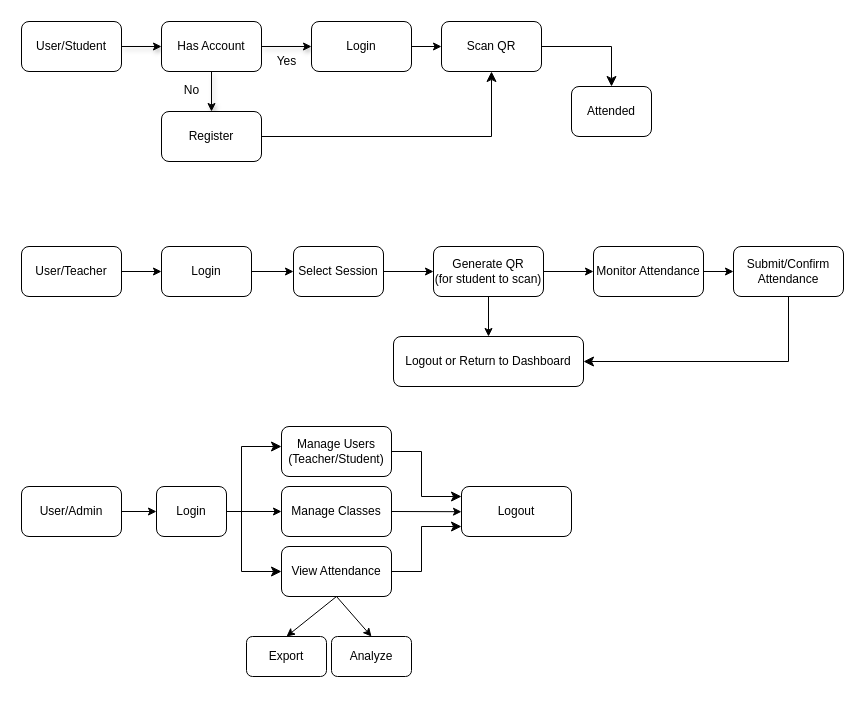
Above: Structure.drawio in MHJaafar9869/Attendly (draw.io), before the change. Source tidied: cells renumbered, new cells numbered last; positions are measured from the earlier drawing's top-left corner, leaving out a move shared by most shapes. Both pictures are drawn from the tidied source at 100%, with x=0, y=0 at pixel (21, 21).
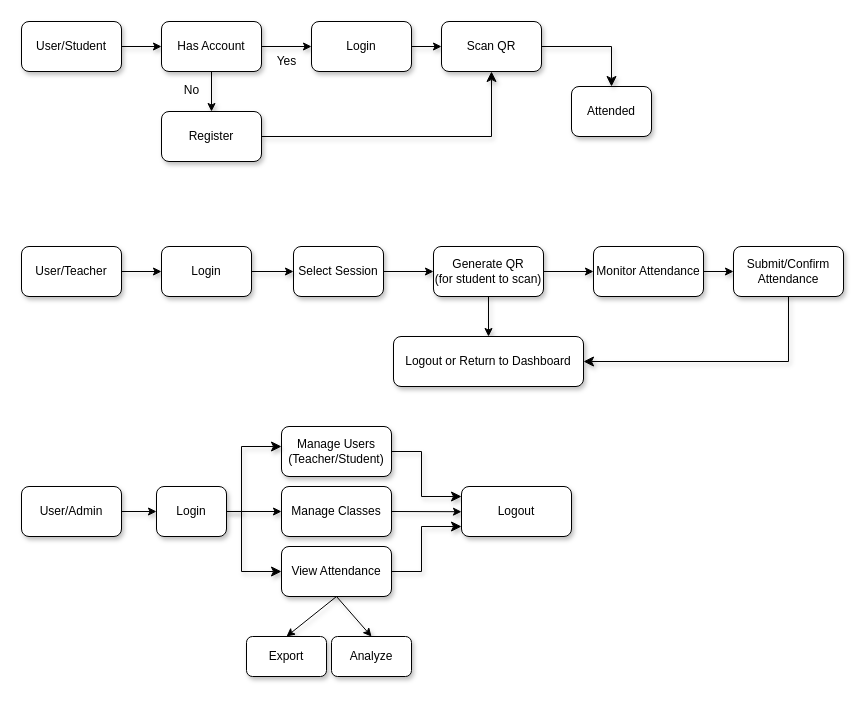
The same diagram, later.

Change to the diagram source:
```diff
@@
-    <mxCell id="7" style="edgeStyle=none;html=1;exitX=1;exitY=0.5;exitDx=0;exitDy=0;entryX=0;entryY=0.5;entryDx=0;entryDy=0;fontFamily=Helvetica;fontColor=#000000;" parent="1" edge="1" source="8" target="10">
+    <mxCell id="7" style="edgeStyle=none;html=1;exitX=1;exitY=0.5;exitDx=0;exitDy=0;entryX=0;entryY=0.5;entryDx=0;entryDy=0;fontFamily=Helvetica;fontColor=#000000;shadow=1;" parent="1" edge="1" source="8" target="10">
       <mxGeometry relative="1" as="geometry" />
     </mxCell>
-    <mxCell id="8" value="&lt;span style=&quot;&quot;&gt;Login&lt;/span&gt;" style="rounded=1;whiteSpace=wrap;html=1;fontFamily=Helvetica;fontColor=#000000;" parent="1" vertex="1">
+    <mxCell id="8" value="&lt;span style=&quot;&quot;&gt;Login&lt;/span&gt;" style="rounded=1;whiteSpace=wrap;html=1;fontFamily=Helvetica;fontColor=#000000;shadow=1;" parent="1" vertex="1">
       <mxGeometry x="290" width="100" height="50" as="geometry" />
     </mxCell>
-    <mxCell id="9" value="Register" style="rounded=1;whiteSpace=wrap;html=1;fontFamily=Helvetica;fontColor=#000000;" parent="1" vertex="1">
+    <mxCell id="9" value="Register" style="rounded=1;whiteSpace=wrap;html=1;fontFamily=Helvetica;fontColor=#000000;shadow=1;" parent="1" vertex="1">
       <mxGeometry x="140" y="90" width="100" height="50" as="geometry" />
     </mxCell>
-    <mxCell id="10" value="&lt;span style=&quot;&quot;&gt;Scan QR&lt;/span&gt;" style="rounded=1;whiteSpace=wrap;html=1;fontFamily=Helvetica;fontColor=#000000;" parent="1" vertex="1">
+    <mxCell id="10" value="&lt;span style=&quot;&quot;&gt;Scan QR&lt;/span&gt;" style="rounded=1;whiteSpace=wrap;html=1;fontFamily=Helvetica;fontColor=#000000;shadow=1;" parent="1" vertex="1">
       <mxGeometry x="420" width="100" height="50" as="geometry" />
     </mxCell>
-    <mxCell id="11" style="edgeStyle=segmentEdgeStyle;endArrow=classic;html=1;curved=0;rounded=0;endSize=8;startSize=8;exitX=1;exitY=0.5;exitDx=0;exitDy=0;entryX=0.5;entryY=1;entryDx=0;entryDy=0;fontFamily=Helvetica;fontColor=#000000;" parent="1" edge="1" source="9" target="10">
+    <mxCell id="11" style="edgeStyle=segmentEdgeStyle;endArrow=classic;html=1;curved=0;rounded=0;endSize=8;startSize=8;exitX=1;exitY=0.5;exitDx=0;exitDy=0;entryX=0.5;entryY=1;entryDx=0;entryDy=0;fontFamily=Helvetica;fontColor=#000000;shadow=1;" parent="1" edge="1" source="9" target="10">
       <mxGeometry relative="1" as="geometry" />
     </mxCell>
-    <mxCell id="12" value="Attended" style="rounded=1;whiteSpace=wrap;html=1;fontFamily=Helvetica;fontColor=#000000;" parent="1" vertex="1">
+    <mxCell id="12" value="Attended" style="rounded=1;whiteSpace=wrap;html=1;fontFamily=Helvetica;fontColor=#000000;shadow=1;" parent="1" vertex="1">
       <mxGeometry x="550" y="65" width="80" height="50" as="geometry" />
     </mxCell>
-    <mxCell id="13" style="edgeStyle=segmentEdgeStyle;endArrow=classic;html=1;curved=0;rounded=0;endSize=8;startSize=8;exitX=1;exitY=0.5;exitDx=0;exitDy=0;entryX=0.5;entryY=0;entryDx=0;entryDy=0;fontFamily=Helvetica;fontColor=#000000;" parent="1" edge="1" source="10" target="12">
+    <mxCell id="13" style="edgeStyle=segmentEdgeStyle;endArrow=classic;html=1;curved=0;rounded=0;endSize=8;startSize=8;exitX=1;exitY=0.5;exitDx=0;exitDy=0;entryX=0.5;entryY=0;entryDx=0;entryDy=0;fontFamily=Helvetica;fontColor=#000000;shadow=1;" parent="1" edge="1" source="10" target="12">
       <mxGeometry relative="1" as="geometry" />
     </mxCell>
-    <mxCell id="14" style="edgeStyle=none;html=1;exitX=1;exitY=0.5;exitDx=0;exitDy=0;entryX=0;entryY=0.5;entryDx=0;entryDy=0;fontFamily=Helvetica;fontColor=#000000;" parent="1" edge="1" source="15" target="46">
+    <mxCell id="14" style="edgeStyle=none;html=1;exitX=1;exitY=0.5;exitDx=0;exitDy=0;entryX=0;entryY=0.5;entryDx=0;entryDy=0;fontFamily=Helvetica;fontColor=#000000;shadow=1;" parent="1" edge="1" source="15" target="46">
       <mxGeometry relative="1" as="geometry" />
     </mxCell>
-    <mxCell id="15" value="&lt;span style=&quot;&quot;&gt;User/Teacher&lt;/span&gt;" style="rounded=1;whiteSpace=wrap;html=1;fontFamily=Helvetica;fontColor=#000000;" parent="1" vertex="1">
+    <mxCell id="15" value="&lt;span style=&quot;&quot;&gt;User/Teacher&lt;/span&gt;" style="rounded=1;whiteSpace=wrap;html=1;fontFamily=Helvetica;fontColor=#000000;shadow=1;" parent="1" vertex="1">
       <mxGeometry y="225" width="100" height="50" as="geometry" />
     </mxCell>
-    <mxCell id="16" style="edgeStyle=none;html=1;exitX=0.5;exitY=1;exitDx=0;exitDy=0;entryX=0.5;entryY=0;entryDx=0;entryDy=0;fontFamily=Helvetica;fontColor=#000000;" parent="1" edge="1" source="18" target="21">
+    <mxCell id="16" style="edgeStyle=none;html=1;exitX=0.5;exitY=1;exitDx=0;exitDy=0;entryX=0.5;entryY=0;entryDx=0;entryDy=0;fontFamily=Helvetica;fontColor=#000000;shadow=1;" parent="1" edge="1" source="18" target="21">
       <mxGeometry relative="1" as="geometry" />
     </mxCell>
-    <mxCell id="17" style="edgeStyle=none;html=1;exitX=1;exitY=0.5;exitDx=0;exitDy=0;entryX=0;entryY=0.5;entryDx=0;entryDy=0;fontFamily=Helvetica;fontColor=#000000;" parent="1" edge="1" source="18" target="20">
+    <mxCell id="17" style="edgeStyle=none;html=1;exitX=1;exitY=0.5;exitDx=0;exitDy=0;entryX=0;entryY=0.5;entryDx=0;entryDy=0;fontFamily=Helvetica;fontColor=#000000;shadow=1;" parent="1" edge="1" source="18" target="20">
       <mxGeometry relative="1" as="geometry" />
     </mxCell>
-    <mxCell id="18" value="Generate QR&lt;div&gt;(for student to scan)&lt;/div&gt;" style="rounded=1;whiteSpace=wrap;html=1;fontFamily=Helvetica;fontColor=#000000;" parent="1" vertex="1">
+    <mxCell id="18" value="Generate QR&lt;div&gt;(for student to scan)&lt;/div&gt;" style="rounded=1;whiteSpace=wrap;html=1;fontFamily=Helvetica;fontColor=#000000;shadow=1;" parent="1" vertex="1">
       <mxGeometry x="412" y="225" width="110" height="50" as="geometry" />
     </mxCell>
-    <mxCell id="19" style="edgeStyle=none;html=1;exitX=1;exitY=0.5;exitDx=0;exitDy=0;entryX=0;entryY=0.5;entryDx=0;entryDy=0;" parent="1" edge="1" source="20" target="24">
+    <mxCell id="19" style="edgeStyle=none;html=1;exitX=1;exitY=0.5;exitDx=0;exitDy=0;entryX=0;entryY=0.5;entryDx=0;entryDy=0;shadow=1;" parent="1" edge="1" source="20" target="24">
       <mxGeometry relative="1" as="geometry" />
     </mxCell>
-    <mxCell id="20" value="Monitor Attendance" style="rounded=1;whiteSpace=wrap;html=1;fontFamily=Helvetica;fontColor=#000000;" parent="1" vertex="1">
+    <mxCell id="20" value="Monitor Attendance" style="rounded=1;whiteSpace=wrap;html=1;fontFamily=Helvetica;fontColor=#000000;shadow=1;" parent="1" vertex="1">
       <mxGeometry x="572" y="225" width="110" height="50" as="geometry" />
     </mxCell>
-    <mxCell id="21" value="Logout or Return to Dashboard" style="rounded=1;whiteSpace=wrap;html=1;fontFamily=Helvetica;fontColor=#000000;" parent="1" vertex="1">
+    <mxCell id="21" value="Logout or Return to Dashboard" style="rounded=1;whiteSpace=wrap;html=1;fontFamily=Helvetica;fontColor=#000000;shadow=1;" parent="1" vertex="1">
       <mxGeometry x="372" y="315" width="190" height="50" as="geometry" />
     </mxCell>
-    <mxCell id="22" style="edgeStyle=none;html=1;exitX=1;exitY=0.5;exitDx=0;exitDy=0;entryX=0;entryY=0.5;entryDx=0;entryDy=0;fontFamily=Helvetica;fontColor=#000000;" parent="1" edge="1" source="23" target="18">
+    <mxCell id="22" style="edgeStyle=none;html=1;exitX=1;exitY=0.5;exitDx=0;exitDy=0;entryX=0;entryY=0.5;entryDx=0;entryDy=0;fontFamily=Helvetica;fontColor=#000000;shadow=1;" parent="1" edge="1" source="23" target="18">
       <mxGeometry relative="1" as="geometry" />
     </mxCell>
-    <mxCell id="23" value="Select Session" style="rounded=1;whiteSpace=wrap;html=1;fontFamily=Helvetica;fontColor=#000000;" parent="1" vertex="1">
+    <mxCell id="23" value="Select Session" style="rounded=1;whiteSpace=wrap;html=1;fontFamily=Helvetica;fontColor=#000000;shadow=1;" parent="1" vertex="1">
       <mxGeometry x="272" y="225" width="90" height="50" as="geometry" />
     </mxCell>
-    <mxCell id="24" value="Submit/Confirm Attendance" style="rounded=1;whiteSpace=wrap;html=1;fontFamily=Helvetica;fontColor=#000000;" parent="1" vertex="1">
+    <mxCell id="24" value="Submit/Confirm Attendance" style="rounded=1;whiteSpace=wrap;html=1;fontFamily=Helvetica;fontColor=#000000;shadow=1;" parent="1" vertex="1">
       <mxGeometry x="712" y="225" width="110" height="50" as="geometry" />
     </mxCell>
-    <mxCell id="25" style="edgeStyle=segmentEdgeStyle;endArrow=classic;html=1;curved=0;rounded=0;endSize=8;startSize=8;exitX=0.5;exitY=1;exitDx=0;exitDy=0;entryX=1;entryY=0.5;entryDx=0;entryDy=0;" parent="1" edge="1" source="24" target="21">
+    <mxCell id="25" style="edgeStyle=segmentEdgeStyle;endArrow=classic;html=1;curved=0;rounded=0;endSize=8;startSize=8;exitX=0.5;exitY=1;exitDx=0;exitDy=0;entryX=1;entryY=0.5;entryDx=0;entryDy=0;shadow=1;" parent="1" edge="1" source="24" target="21">
       <mxGeometry relative="1" as="geometry">
         <Array as="points">
           <mxPoint x="767" y="340" />
         </Array>
       </mxGeometry>
     </mxCell>
-    <mxCell id="26" value="Has Account" style="rounded=1;whiteSpace=wrap;html=1;fontFamily=Helvetica;fontColor=#000000;" parent="1" vertex="1">
+    <mxCell id="26" value="Has Account" style="rounded=1;whiteSpace=wrap;html=1;fontFamily=Helvetica;fontColor=#000000;shadow=1;" parent="1" vertex="1">
       <mxGeometry x="140" width="100" height="50" as="geometry" />
     </mxCell>
-    <mxCell id="27" value="User/Student" style="rounded=1;whiteSpace=wrap;html=1;fontFamily=Helvetica;fontColor=#000000;" parent="1" vertex="1">
+    <mxCell id="27" value="User/Student" style="rounded=1;whiteSpace=wrap;html=1;fontFamily=Helvetica;fontColor=#000000;shadow=1;" parent="1" vertex="1">
       <mxGeometry width="100" height="50" as="geometry" />
     </mxCell>
-    <mxCell id="28" style="edgeStyle=none;html=1;exitX=1;exitY=0.5;exitDx=0;exitDy=0;entryX=0;entryY=0.5;entryDx=0;entryDy=0;" parent="1" edge="1" source="29" target="31">
+    <mxCell id="28" style="edgeStyle=none;html=1;exitX=1;exitY=0.5;exitDx=0;exitDy=0;entryX=0;entryY=0.5;entryDx=0;entryDy=0;shadow=1;" parent="1" edge="1" source="29" target="31">
       <mxGeometry relative="1" as="geometry" />
     </mxCell>
-    <mxCell id="29" value="User/Admin" style="rounded=1;whiteSpace=wrap;html=1;fontFamily=Helvetica;fontColor=#000000;" parent="1" vertex="1">
+    <mxCell id="29" value="User/Admin" style="rounded=1;whiteSpace=wrap;html=1;fontFamily=Helvetica;fontColor=#000000;shadow=1;" parent="1" vertex="1">
       <mxGeometry y="465" width="100" height="50" as="geometry" />
     </mxCell>
-    <mxCell id="30" style="edgeStyle=none;html=1;exitX=1;exitY=0.5;exitDx=0;exitDy=0;entryX=0;entryY=0.5;entryDx=0;entryDy=0;" parent="1" edge="1" source="31" target="34">
+    <mxCell id="30" style="edgeStyle=none;html=1;exitX=1;exitY=0.5;exitDx=0;exitDy=0;entryX=0;entryY=0.5;entryDx=0;entryDy=0;shadow=1;" parent="1" edge="1" source="31" target="34">
       <mxGeometry relative="1" as="geometry" />
     </mxCell>
-    <mxCell id="31" value="Login" style="rounded=1;whiteSpace=wrap;html=1;fontFamily=Helvetica;fontColor=#000000;" parent="1" vertex="1">
+    <mxCell id="31" value="Login" style="rounded=1;whiteSpace=wrap;html=1;fontFamily=Helvetica;fontColor=#000000;shadow=1;" parent="1" vertex="1">
       <mxGeometry x="135" y="465" width="70" height="50" as="geometry" />
     </mxCell>
-    <mxCell id="32" value="Manage Users&lt;div&gt;(Teacher/Student)&lt;/div&gt;" style="rounded=1;whiteSpace=wrap;html=1;fontFamily=Helvetica;fontColor=#000000;" parent="1" vertex="1">
+    <mxCell id="32" value="Manage Users&lt;div&gt;(Teacher/Student)&lt;/div&gt;" style="rounded=1;whiteSpace=wrap;html=1;fontFamily=Helvetica;fontColor=#000000;shadow=1;" parent="1" vertex="1">
       <mxGeometry x="260" y="405" width="110" height="50" as="geometry" />
     </mxCell>
-    <mxCell id="33" style="edgeStyle=none;html=1;exitX=1;exitY=0.5;exitDx=0;exitDy=0;" parent="1" edge="1" source="34">
+    <mxCell id="33" style="edgeStyle=none;html=1;exitX=1;exitY=0.5;exitDx=0;exitDy=0;shadow=1;" parent="1" edge="1" source="34">
       <mxGeometry relative="1" as="geometry">
         <mxPoint x="440" y="490.2" as="targetPoint" />
       </mxGeometry>
     </mxCell>
-    <mxCell id="34" value="Manage Classes" style="rounded=1;whiteSpace=wrap;html=1;fontFamily=Helvetica;fontColor=#000000;" parent="1" vertex="1">
+    <mxCell id="34" value="Manage Classes" style="rounded=1;whiteSpace=wrap;html=1;fontFamily=Helvetica;fontColor=#000000;shadow=1;" parent="1" vertex="1">
       <mxGeometry x="260" y="465" width="110" height="50" as="geometry" />
     </mxCell>
-    <mxCell id="35" style="edgeStyle=segmentEdgeStyle;endArrow=classic;html=1;curved=0;rounded=0;endSize=8;startSize=8;exitX=1;exitY=0.5;exitDx=0;exitDy=0;entryX=0;entryY=0.4;entryDx=0;entryDy=0;entryPerimeter=0;" parent="1" edge="1" source="31" target="32">
+    <mxCell id="35" style="edgeStyle=segmentEdgeStyle;endArrow=classic;html=1;curved=0;rounded=0;endSize=8;startSize=8;exitX=1;exitY=0.5;exitDx=0;exitDy=0;entryX=0;entryY=0.4;entryDx=0;entryDy=0;entryPerimeter=0;shadow=1;" parent="1" edge="1" source="31" target="32">
       <mxGeometry relative="1" as="geometry">
         <Array as="points">
           <mxPoint x="220" y="490" />
           <mxPoint x="220" y="425" />
         </Array>
       </mxGeometry>
     </mxCell>
-    <mxCell id="36" style="edgeStyle=segmentEdgeStyle;endArrow=classic;html=1;curved=0;rounded=0;endSize=8;startSize=8;exitX=1;exitY=0.5;exitDx=0;exitDy=0;entryX=0;entryY=0.5;entryDx=0;entryDy=0;" parent="1" edge="1" source="31" target="39">
+    <mxCell id="36" style="edgeStyle=segmentEdgeStyle;endArrow=classic;html=1;curved=0;rounded=0;endSize=8;startSize=8;exitX=1;exitY=0.5;exitDx=0;exitDy=0;entryX=0;entryY=0.5;entryDx=0;entryDy=0;shadow=1;" parent="1" edge="1" source="31" target="39">
       <mxGeometry relative="1" as="geometry">
         <Array as="points">
           <mxPoint x="220" y="490" />
           <mxPoint x="220" y="550" />
         </Array>
       </mxGeometry>
     </mxCell>
-    <mxCell id="37" style="edgeStyle=none;html=1;exitX=0.5;exitY=1;exitDx=0;exitDy=0;entryX=0.5;entryY=0;entryDx=0;entryDy=0;" parent="1" edge="1" source="39" target="40">
+    <mxCell id="37" style="edgeStyle=none;html=1;exitX=0.5;exitY=1;exitDx=0;exitDy=0;entryX=0.5;entryY=0;entryDx=0;entryDy=0;shadow=1;" parent="1" edge="1" source="39" target="40">
       <mxGeometry relative="1" as="geometry" />
     </mxCell>
-    <mxCell id="38" style="edgeStyle=none;html=1;exitX=0.5;exitY=1;exitDx=0;exitDy=0;entryX=0.5;entryY=0;entryDx=0;entryDy=0;" parent="1" edge="1" source="39" target="41">
+    <mxCell id="38" style="edgeStyle=none;html=1;exitX=0.5;exitY=1;exitDx=0;exitDy=0;entryX=0.5;entryY=0;entryDx=0;entryDy=0;shadow=1;" parent="1" edge="1" source="39" target="41">
       <mxGeometry relative="1" as="geometry" />
     </mxCell>
-    <mxCell id="39" value="View Attendance" style="rounded=1;whiteSpace=wrap;html=1;" parent="1" vertex="1">
+    <mxCell id="39" value="View Attendance" style="rounded=1;whiteSpace=wrap;html=1;shadow=1;" parent="1" vertex="1">
       <mxGeometry x="260" y="525" width="110" height="50" as="geometry" />
     </mxCell>
-    <mxCell id="40" value="Export" style="rounded=1;whiteSpace=wrap;html=1;" parent="1" vertex="1">
+    <mxCell id="40" value="Export" style="rounded=1;whiteSpace=wrap;html=1;shadow=1;" parent="1" vertex="1">
       <mxGeometry x="225" y="615" width="80" height="40" as="geometry" />
     </mxCell>
-    <mxCell id="41" value="Analyze" style="rounded=1;whiteSpace=wrap;html=1;" parent="1" vertex="1">
+    <mxCell id="41" value="Analyze" style="rounded=1;whiteSpace=wrap;html=1;shadow=1;" parent="1" vertex="1">
       <mxGeometry x="310" y="615" width="80" height="40" as="geometry" />
     </mxCell>
-    <mxCell id="42" style="edgeStyle=segmentEdgeStyle;endArrow=classic;html=1;curved=0;rounded=0;endSize=8;startSize=8;exitX=1;exitY=0.5;exitDx=0;exitDy=0;" parent="1" edge="1" source="32">
+    <mxCell id="42" style="edgeStyle=segmentEdgeStyle;endArrow=classic;html=1;curved=0;rounded=0;endSize=8;startSize=8;exitX=1;exitY=0.5;exitDx=0;exitDy=0;shadow=1;" parent="1" edge="1" source="32">
       <mxGeometry relative="1" as="geometry">
         <mxPoint x="440" y="475" as="targetPoint" />
         <Array as="points">
           <mxPoint x="400" y="430" />
           <mxPoint x="400" y="475" />
         </Array>
       </mxGeometry>
     </mxCell>
-    <mxCell id="43" style="edgeStyle=segmentEdgeStyle;endArrow=classic;html=1;curved=0;rounded=0;endSize=8;startSize=8;exitX=1;exitY=0.5;exitDx=0;exitDy=0;" parent="1" edge="1" source="39">
+    <mxCell id="43" style="edgeStyle=segmentEdgeStyle;endArrow=classic;html=1;curved=0;rounded=0;endSize=8;startSize=8;exitX=1;exitY=0.5;exitDx=0;exitDy=0;shadow=1;" parent="1" edge="1" source="39">
       <mxGeometry relative="1" as="geometry">
         <mxPoint x="440" y="505" as="targetPoint" />
         <Array as="points">
           <mxPoint x="400" y="550" />
           <mxPoint x="400" y="505" />
         </Array>
       </mxGeometry>
     </mxCell>
-    <mxCell id="44" value="Logout" style="rounded=1;whiteSpace=wrap;html=1;fontFamily=Helvetica;fontColor=#000000;" parent="1" vertex="1">
+    <mxCell id="44" value="Logout" style="rounded=1;whiteSpace=wrap;html=1;fontFamily=Helvetica;fontColor=#000000;shadow=1;" parent="1" vertex="1">
       <mxGeometry x="440" y="465" width="110" height="50" as="geometry" />
     </mxCell>
-    <mxCell id="45" style="edgeStyle=none;html=1;exitX=1;exitY=0.5;exitDx=0;exitDy=0;entryX=0;entryY=0.5;entryDx=0;entryDy=0;" parent="1" edge="1" source="46" target="23">
+    <mxCell id="45" style="edgeStyle=none;html=1;exitX=1;exitY=0.5;exitDx=0;exitDy=0;entryX=0;entryY=0.5;entryDx=0;entryDy=0;shadow=1;" parent="1" edge="1" source="46" target="23">
       <mxGeometry relative="1" as="geometry" />
     </mxCell>
-    <mxCell id="46" value="Login" style="rounded=1;whiteSpace=wrap;html=1;fontFamily=Helvetica;fontColor=#000000;" parent="1" vertex="1">
+    <mxCell id="46" value="Login" style="rounded=1;whiteSpace=wrap;html=1;fontFamily=Helvetica;fontColor=#000000;shadow=1;" parent="1" vertex="1">
       <mxGeometry x="140" y="225" width="90" height="50" as="geometry" />
     </mxCell>
```
